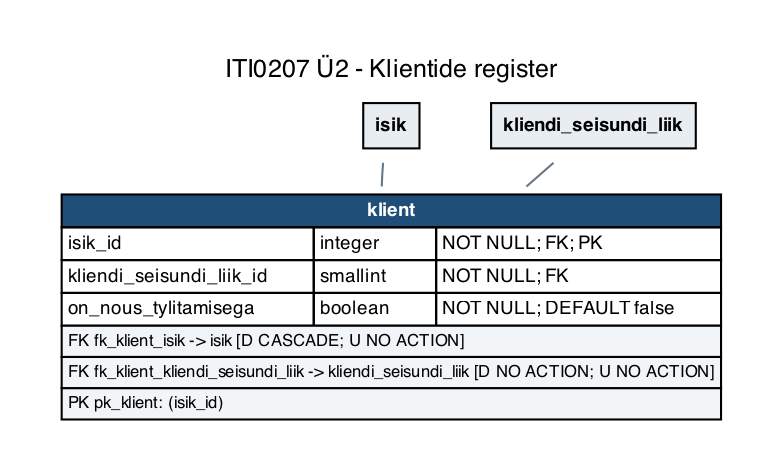
This is iti0207-epood/docs/diagrams/u2-04-kliendid.png from tamkivi/andmebaasid-projekt, a Graphviz export, as it was before one commit. Its source is kept beside it as iti0207-epood/docs/diagrams/u2-04-kliendid.dot.
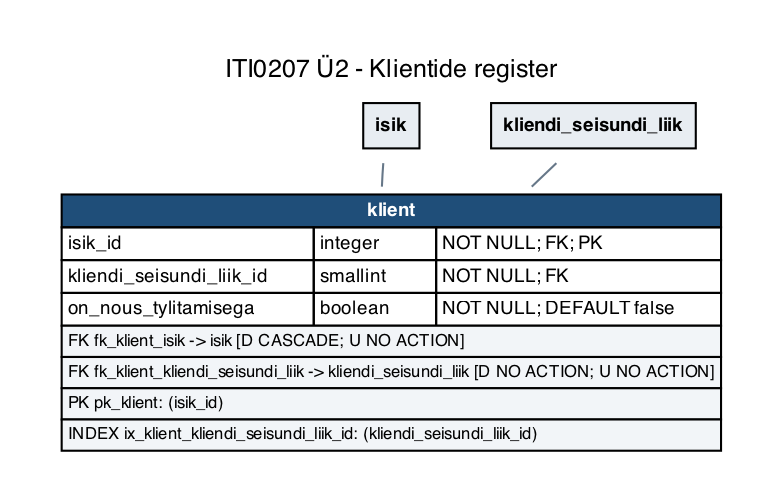
After the change.

The edit, as a diff of the source:
```diff
@@ -5,7 +5,7 @@
   edge [color="#667788", dir=none, fontsize=8, fontname=Helvetica];
   labelloc="t";
   label="ITI0207 Ü2 - Klientide register";
-  "klient" [label=<<TABLE BORDER="0" CELLBORDER="1" CELLSPACING="0" CELLPADDING="2"><TR><TD COLSPAN="3" BGCOLOR="#1f4e79"><FONT COLOR="white"><B>klient</B></FONT></TD></TR><TR><TD ALIGN="LEFT">isik_id</TD><TD ALIGN="LEFT">integer</TD><TD ALIGN="LEFT">NOT NULL; FK; PK</TD></TR><TR><TD ALIGN="LEFT">kliendi_seisundi_liik_id</TD><TD ALIGN="LEFT">smallint</TD><TD ALIGN="LEFT">NOT NULL; FK</TD></TR><TR><TD ALIGN="LEFT">on_nous_tylitamisega</TD><TD ALIGN="LEFT">boolean</TD><TD ALIGN="LEFT">NOT NULL; DEFAULT false</TD></TR><TR><TD COLSPAN="3" ALIGN="LEFT" BGCOLOR="#f2f5f8"><FONT POINT-SIZE="8">FK fk_klient_isik -&gt; isik [D CASCADE; U NO ACTION]</FONT></TD></TR><TR><TD COLSPAN="3" ALIGN="LEFT" BGCOLOR="#f2f5f8"><FONT POINT-SIZE="8">FK fk_klient_kliendi_seisundi_liik -&gt; kliendi_seisundi_liik [D NO ACTION; U NO ACTION]</FONT></TD></TR><TR><TD COLSPAN="3" ALIGN="LEFT" BGCOLOR="#f2f5f8"><FONT POINT-SIZE="8">PK pk_klient: (isik_id)</FONT></TD></TR></TABLE>>];
+  "klient" [label=<<TABLE BORDER="0" CELLBORDER="1" CELLSPACING="0" CELLPADDING="2"><TR><TD COLSPAN="3" BGCOLOR="#1f4e79"><FONT COLOR="white"><B>klient</B></FONT></TD></TR><TR><TD ALIGN="LEFT">isik_id</TD><TD ALIGN="LEFT">integer</TD><TD ALIGN="LEFT">NOT NULL; FK; PK</TD></TR><TR><TD ALIGN="LEFT">kliendi_seisundi_liik_id</TD><TD ALIGN="LEFT">smallint</TD><TD ALIGN="LEFT">NOT NULL; FK</TD></TR><TR><TD ALIGN="LEFT">on_nous_tylitamisega</TD><TD ALIGN="LEFT">boolean</TD><TD ALIGN="LEFT">NOT NULL; DEFAULT false</TD></TR><TR><TD COLSPAN="3" ALIGN="LEFT" BGCOLOR="#f2f5f8"><FONT POINT-SIZE="8">FK fk_klient_isik -&gt; isik [D CASCADE; U NO ACTION]</FONT></TD></TR><TR><TD COLSPAN="3" ALIGN="LEFT" BGCOLOR="#f2f5f8"><FONT POINT-SIZE="8">FK fk_klient_kliendi_seisundi_liik -&gt; kliendi_seisundi_liik [D NO ACTION; U NO ACTION]</FONT></TD></TR><TR><TD COLSPAN="3" ALIGN="LEFT" BGCOLOR="#f2f5f8"><FONT POINT-SIZE="8">PK pk_klient: (isik_id)</FONT></TD></TR><TR><TD COLSPAN="3" ALIGN="LEFT" BGCOLOR="#f2f5f8"><FONT POINT-SIZE="8">INDEX ix_klient_kliendi_seisundi_liik_id: (kliendi_seisundi_liik_id)</FONT></TD></TR></TABLE>>];
   "isik" [label=<<TABLE BORDER="0" CELLBORDER="1" CELLSPACING="0" CELLPADDING="5"><TR><TD BGCOLOR="#e8edf2"><B>isik</B></TD></TR></TABLE>>];
   "kliendi_seisundi_liik" [label=<<TABLE BORDER="0" CELLBORDER="1" CELLSPACING="0" CELLPADDING="5"><TR><TD BGCOLOR="#e8edf2"><B>kliendi_seisundi_liik</B></TD></TR></TABLE>>];
   "isik" -> "klient";
```
